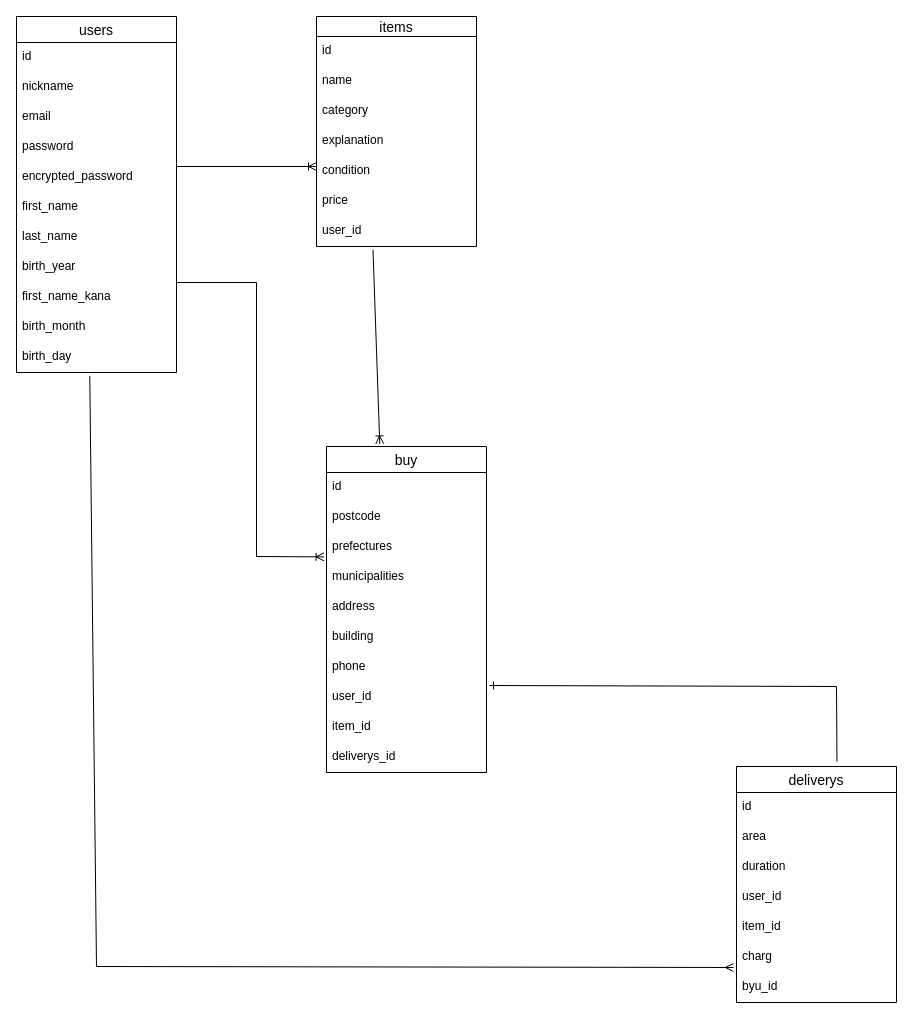
This is er.dio from aaaaasaaaaatech/furima-39332, a draw.io file, before an edit. Source tidied: cells renumbered, new cells numbered last; positions are measured from the earlier drawing's top-left corner, leaving out a move shared by most shapes. Both pictures are drawn from the tidied source at 100%, with x=0, y=0 at pixel (16, 16).
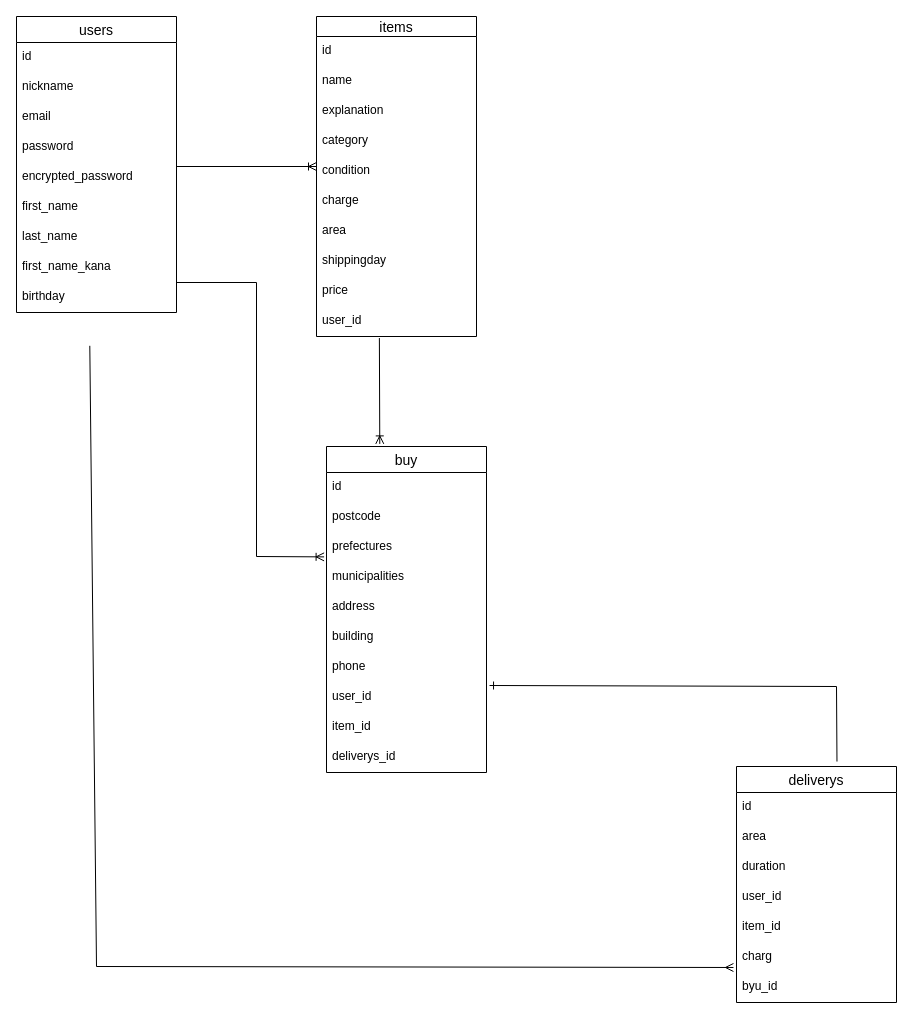
The same page after the edit.

Commit message (it also covers changes not shown here):
データベース設計修正

カラムの追加､テーブル名修正

Unchanged cells that the change refers to:
```xml
<mxCell id="2" style="group;" parent="1" vertex="1">
  <mxGeometry width="880" height="986" as="geometry" />
</mxCell>
<mxCell id="30" value="byu_id" style="text;strokeColor=none;fillColor=none;spacingLeft=4;spacingRight=4;overflow=hidden;points=[[0,0.5],[1,0.5]];portConstraint=eastwest;fontSize=12;" parent="23" vertex="1">
  <mxGeometry y="206" width="160" height="30" as="geometry" />
</mxCell>
<mxCell id="31" value="buy" style="swimlane;fontStyle=0;horizontal=1;startSize=26;align=center;fontSize=14;" parent="2" vertex="1">
  <mxGeometry x="310" y="430" width="160" height="326" as="geometry" />
</mxCell>
```

What changed in the source:
```diff
@@
     <mxCell id="3" value="users" style="swimlane;fontStyle=0;horizontal=1;startSize=26;align=center;fontSize=14;" parent="2" vertex="1">
-      <mxGeometry width="160" height="356" as="geometry" />
+      <mxGeometry width="160" height="296" as="geometry" />
     </mxCell>
@@
+    <mxCell id="12" value="first_name_kana " style="text;strokeColor=none;fillColor=none;spacingLeft=4;spacingRight=4;overflow=hidden;fontSize=12;" parent="3" vertex="1">
+      <mxGeometry y="236" width="160" height="30" as="geometry" />
+    </mxCell>
-    <mxCell id="11" value="birth_year" style="text;strokeColor=none;fillColor=none;spacingLeft=4;spacingRight=4;overflow=hidden;fontSize=12;" parent="3" vertex="1">
-      <mxGeometry y="236" width="160" height="30" as="geometry" />
+    <mxCell id="11" value="birthday" style="text;strokeColor=none;fillColor=none;spacingLeft=4;spacingRight=4;overflow=hidden;fontSize=12;" parent="3" vertex="1">
+      <mxGeometry y="266" width="160" height="30" as="geometry" />
     </mxCell>
-    <mxCell id="12" value="first_name_kana " style="text;strokeColor=none;fillColor=none;spacingLeft=4;spacingRight=4;overflow=hidden;fontSize=12;" parent="3" vertex="1">
-      <mxGeometry y="266" width="160" height="30" as="geometry" />
-    </mxCell>
-    <mxCell id="13" value="birth_month" style="text;strokeColor=none;fillColor=none;spacingLeft=4;spacingRight=4;overflow=hidden;fontSize=12;" parent="3" vertex="1">
-      <mxGeometry y="296" width="160" height="30" as="geometry" />
-    </mxCell>
-    <mxCell id="14" value="birth_day" style="text;strokeColor=none;fillColor=none;spacingLeft=4;spacingRight=4;overflow=hidden;points=[[0,0.5],[1,0.5]];portConstraint=eastwest;fontSize=12;" parent="3" vertex="1">
-      <mxGeometry y="326" width="160" height="30" as="geometry" />
-    </mxCell>
     <mxCell id="15" value="items" style="swimlane;fontStyle=0;horizontal=1;startSize=20;align=center;fontSize=14;" parent="2" vertex="1">
-      <mxGeometry x="300" width="160" height="230" as="geometry" />
+      <mxGeometry x="300" width="160" height="320" as="geometry" />
     </mxCell>
@@
+    <mxCell id="19" value="explanation" style="text;strokeColor=none;fillColor=none;spacingLeft=4;spacingRight=4;overflow=hidden;fontSize=12;" parent="15" vertex="1">
+      <mxGeometry y="80" width="160" height="30" as="geometry" />
+    </mxCell>
     <mxCell id="18" value="category" style="text;strokeColor=none;fillColor=none;spacingLeft=4;spacingRight=4;overflow=hidden;fontSize=12;" parent="15" vertex="1">
-      <mxGeometry y="80" width="160" height="30" as="geometry" />
+      <mxGeometry y="110" width="160" height="30" as="geometry" />
     </mxCell>
-    <mxCell id="19" value="explanation" style="text;strokeColor=none;fillColor=none;spacingLeft=4;spacingRight=4;overflow=hidden;fontSize=12;" parent="15" vertex="1">
-      <mxGeometry y="110" width="160" height="30" as="geometry" />
-    </mxCell>
@@
+    <mxCell id="47" value="charge" style="text;strokeColor=none;fillColor=none;spacingLeft=4;spacingRight=4;overflow=hidden;fontSize=12;" parent="15" vertex="1">
+      <mxGeometry y="170" width="160" height="30" as="geometry" />
+    </mxCell>
+    <mxCell id="48" value="area" style="text;strokeColor=none;fillColor=none;spacingLeft=4;spacingRight=4;overflow=hidden;fontSize=12;" parent="15" vertex="1">
+      <mxGeometry y="200" width="160" height="30" as="geometry" />
+    </mxCell>
+    <mxCell id="49" value="shippingday" style="text;strokeColor=none;fillColor=none;spacingLeft=4;spacingRight=4;overflow=hidden;fontSize=12;" parent="15" vertex="1">
+      <mxGeometry y="230" width="160" height="30" as="geometry" />
+    </mxCell>
     <mxCell id="21" value="price" style="text;strokeColor=none;fillColor=none;spacingLeft=4;spacingRight=4;overflow=hidden;fontSize=12;" parent="15" vertex="1">
-      <mxGeometry y="170" width="160" height="30" as="geometry" />
+      <mxGeometry y="260" width="160" height="30" as="geometry" />
     </mxCell>
     <mxCell id="22" value="user_id" style="text;strokeColor=none;fillColor=none;spacingLeft=4;spacingRight=4;overflow=hidden;points=[[0,0.5],[1,0.5]];portConstraint=eastwest;fontSize=12;" parent="15" vertex="1">
-      <mxGeometry y="200" width="160" height="30" as="geometry" />
+      <mxGeometry y="290" width="160" height="30" as="geometry" />
     </mxCell>
@@
-    <mxCell id="42" style="endArrow=ERmany;html=1;rounded=0;endFill=0;exitX=0.458;exitY=1.111;exitDx=0;exitDy=0;exitPerimeter=0;entryX=-0.019;entryY=-0.167;entryDx=0;entryDy=0;entryPerimeter=0;" parent="2" edge="1" source="14" target="30">
+    <mxCell id="42" style="endArrow=ERmany;html=1;rounded=0;endFill=0;exitX=0.458;exitY=1.111;exitDx=0;exitDy=0;exitPerimeter=0;entryX=-0.019;entryY=-0.167;entryDx=0;entryDy=0;entryPerimeter=0;" parent="2" edge="1" target="30">
       <mxGeometry relative="1" as="geometry">
+        <mxPoint x="73.3" y="329.3" as="sourcePoint" />
         <Array as="points">
           <mxPoint x="80" y="950" />
         </Array>
       </mxGeometry>
     </mxCell>
-    <mxCell id="43" style="endArrow=ERoneToMany;html=1;rounded=0;entryX=0.333;entryY=-0.008;entryDx=0;entryDy=0;entryPerimeter=0;endFill=0;exitX=0.353;exitY=1.107;exitDx=0;exitDy=0;exitPerimeter=0;" parent="2" edge="1" source="22" target="31">
+    <mxCell id="43" style="endArrow=ERoneToMany;html=1;rounded=0;entryX=0.333;entryY=-0.008;entryDx=0;entryDy=0;entryPerimeter=0;endFill=0;exitX=0.393;exitY=1.052;exitDx=0;exitDy=0;exitPerimeter=0;" parent="2" edge="1" source="22" target="31">
       <mxGeometry relative="1" as="geometry" />
     </mxCell>
```
